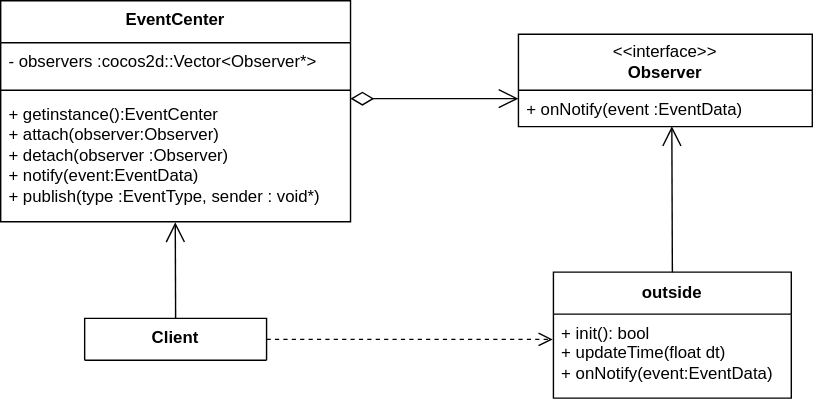
The draw.io diagram 文档/diagram/ObserverPatternUML.svg in Alian-yy/Stardew_Valley_Refactored, before a commit. Source tidied: cells renumbered, new cells last; positions are measured from the earlier drawing's top-left corner, leaving out a move shared by most shapes.
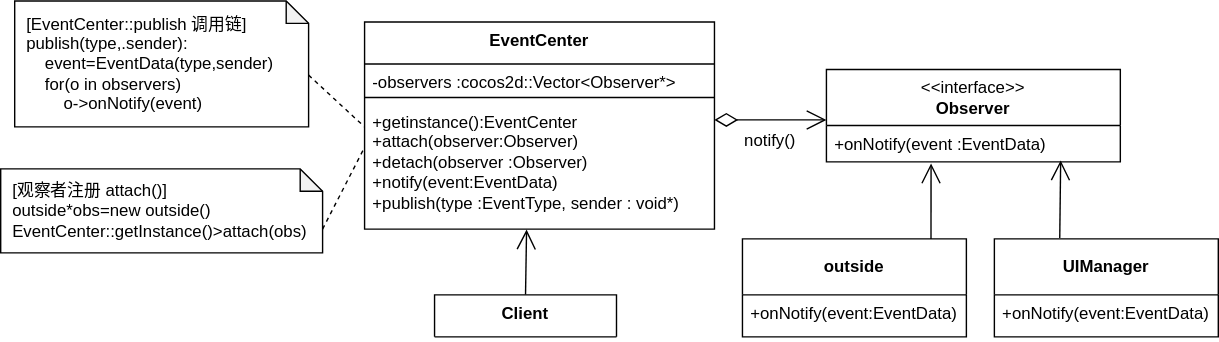
After the commit.

Commit message:
观察者模式文档及图片更新

Diff of the diagram source:
```diff
@@ -3,50 +3,73 @@
     <mxCell id="0" />
     <mxCell id="1" parent="0" />
     <mxCell id="2" value="EventCenter" style="swimlane;fontStyle=1;align=center;verticalAlign=top;horizontal=1;startSize=30;whiteSpace=wrap;html=1;" parent="1" vertex="1">
-      <mxGeometry width="250" height="158" as="geometry" />
+      <mxGeometry x="150" y="75" width="250" height="148" as="geometry" />
     </mxCell>
-    <mxCell id="3" value="- observers :cocos2d::Vector&amp;lt;Observer*&amp;gt;" style="text;strokeColor=none;fillColor=none;align=left;verticalAlign=top;spacingLeft=4;spacingRight=4;overflow=hidden;whiteSpace=wrap;html=1;" parent="2" vertex="1">
-      <mxGeometry y="30" width="250" height="30" as="geometry" />
+    <mxCell id="3" value="-observers :cocos2d::Vector&amp;lt;Observer*&amp;gt;" style="text;strokeColor=none;fillColor=none;align=left;verticalAlign=top;spacingLeft=4;spacingRight=4;overflow=hidden;whiteSpace=wrap;html=1;" parent="2" vertex="1">
+      <mxGeometry y="30" width="250" height="20" as="geometry" />
     </mxCell>
     <mxCell id="4" style="line;strokeWidth=1;fillColor=none;align=left;verticalAlign=middle;spacingTop=-1;spacingLeft=3;spacingRight=3;labelPosition=right;strokeColor=inherit;" parent="2" vertex="1">
-      <mxGeometry y="60" width="250" height="8" as="geometry" />
+      <mxGeometry y="50" width="250" height="8" as="geometry" />
     </mxCell>
-    <mxCell id="5" value="&lt;div&gt;+ getinstance():EventCenter&lt;/div&gt;&lt;div&gt;+ attach(observer:Observer)&lt;/div&gt;&lt;div&gt;+ detach(observer :Observer)&lt;/div&gt;&lt;div&gt;+ notify(event:EventData)&lt;/div&gt;&lt;div&gt;+ publish(type :EventType, sender : void*)&lt;/div&gt;" style="text;strokeColor=none;fillColor=none;align=left;verticalAlign=top;spacingLeft=4;spacingRight=4;overflow=hidden;points=[[0,0.5],[1,0.5]];portConstraint=eastwest;whiteSpace=wrap;html=1;" parent="2" vertex="1">
-      <mxGeometry y="68" width="250" height="90" as="geometry" />
+    <mxCell id="5" value="&lt;div&gt;+getinstance():EventCenter&lt;/div&gt;&lt;div&gt;+attach(observer:Observer)&lt;/div&gt;&lt;div&gt;+detach(observer :Observer)&lt;/div&gt;&lt;div&gt;+notify(event:EventData)&lt;/div&gt;&lt;div&gt;+publish(type :EventType, sender : void*)&lt;/div&gt;" style="text;strokeColor=none;fillColor=none;align=left;verticalAlign=top;spacingLeft=4;spacingRight=4;overflow=hidden;points=[[0,0.5],[1,0.5]];portConstraint=eastwest;whiteSpace=wrap;html=1;" parent="2" vertex="1">
+      <mxGeometry y="58" width="250" height="90" as="geometry" />
     </mxCell>
     <mxCell id="6" value="&amp;lt;&amp;lt;interface&amp;gt;&amp;gt;&lt;br style=&quot;border-color: var(--border-color);&quot;&gt;&lt;div&gt;&lt;div class=&quot;old-record-id-ZiajdeXCjoU0RMxnL77c6zVinrb&quot; style=&quot;&quot;&gt;&lt;b&gt;Observer &lt;/b&gt;&lt;/div&gt;&lt;/div&gt;" style="swimlane;fontStyle=0;horizontal=1;startSize=40;fillColor=none;whiteSpace=wrap;html=1;" parent="1" vertex="1">
-      <mxGeometry x="370" y="24" width="210" height="66" as="geometry" />
+      <mxGeometry x="480" y="109" width="210" height="66" as="geometry" />
     </mxCell>
-    <mxCell id="7" value="+ onNotify(event :EventData)" style="text;strokeColor=none;fillColor=none;align=left;verticalAlign=top;spacingLeft=4;spacingRight=4;overflow=hidden;points=[[0,0.5],[1,0.5]];portConstraint=eastwest;whiteSpace=wrap;html=1;" parent="6" vertex="1">
+    <mxCell id="7" value="+onNotify(event :EventData)" style="text;strokeColor=none;fillColor=none;align=left;verticalAlign=top;spacingLeft=4;spacingRight=4;overflow=hidden;points=[[0,0.5],[1,0.5]];portConstraint=eastwest;whiteSpace=wrap;html=1;" parent="6" vertex="1">
       <mxGeometry y="40" width="210" height="26" as="geometry" />
     </mxCell>
     <mxCell id="8" style="endArrow=open;html=1;endSize=12;startArrow=diamondThin;startSize=14;startFill=0;edgeStyle=orthogonalEdgeStyle;rounded=0;" parent="1" edge="1">
       <mxGeometry relative="1" as="geometry">
-        <mxPoint x="250" y="70" as="sourcePoint" />
-        <mxPoint x="370" y="70" as="targetPoint" />
+        <mxPoint x="400" y="145" as="sourcePoint" />
+        <mxPoint x="480" y="145" as="targetPoint" />
         <Array as="points">
-          <mxPoint x="280" y="70" />
-          <mxPoint x="369" y="70" />
+          <mxPoint x="430" y="145.4" />
+          <mxPoint x="430" y="145.4" />
         </Array>
       </mxGeometry>
     </mxCell>
-    <mxCell id="9" style="endArrow=open;endFill=1;endSize=12;html=1;rounded=0;exitX=0.5;exitY=0;exitDx=0;exitDy=0;entryX=0.499;entryY=1.004;entryDx=0;entryDy=0;entryPerimeter=0;" parent="1" edge="1" source="10" target="5">
+    <mxCell id="9" style="endArrow=open;endFill=1;endSize=12;html=1;rounded=0;exitX=0.5;exitY=0;exitDx=0;exitDy=0;entryX=0.463;entryY=1.004;entryDx=0;entryDy=0;entryPerimeter=0;" parent="1" edge="1" source="10" target="5">
       <mxGeometry relative="1" as="geometry" />
     </mxCell>
     <mxCell id="10" value="&lt;div&gt;&lt;div class=&quot;old-record-id-YUyEd9La6oxjD9xP3wucUYJAnhf&quot; style=&quot;&quot;&gt;Client&lt;/div&gt;&lt;/div&gt;" style="swimlane;fontStyle=1;align=center;verticalAlign=top;horizontal=1;startSize=30;whiteSpace=wrap;html=1;" parent="1" vertex="1">
-      <mxGeometry x="60" y="227" width="130" height="30" as="geometry" />
+      <mxGeometry x="200" y="270" width="130" height="30" as="geometry" />
     </mxCell>
+    <mxCell id="15" value="notify()" style="text;html=1;whiteSpace=wrap;strokeColor=none;fillColor=none;align=center;verticalAlign=middle;rounded=0;" parent="1" vertex="1">
+      <mxGeometry x="410" y="145" width="60" height="30" as="geometry" />
+    </mxCell>
-    <mxCell id="11" value="&lt;div&gt;&lt;div class=&quot;old-record-id-ZiajdeXCjoU0RMxnL77c6zVinrb&quot; style=&quot;&quot;&gt;&lt;b&gt;outside&lt;/b&gt;&lt;/div&gt;&lt;/div&gt;" style="swimlane;fontStyle=0;horizontal=1;startSize=30;fillColor=none;whiteSpace=wrap;html=1;" parent="1" vertex="1">
-      <mxGeometry x="395" y="194" width="170" height="90" as="geometry" />
+    <mxCell id="11" value="&lt;div&gt;&lt;div class=&quot;old-record-id-ZiajdeXCjoU0RMxnL77c6zVinrb&quot; style=&quot;&quot;&gt;&lt;b&gt;outside&lt;/b&gt;&lt;/div&gt;&lt;/div&gt;" style="swimlane;fontStyle=0;horizontal=1;startSize=40;fillColor=none;whiteSpace=wrap;html=1;" parent="1" vertex="1">
+      <mxGeometry x="420" y="230" width="160" height="70" as="geometry" />
     </mxCell>
-    <mxCell id="12" value="&lt;div&gt;+ init(): bool&lt;/div&gt;&lt;div&gt;+ updateTime(float dt)&lt;/div&gt;&lt;div&gt;+ onNotify(event:EventData)&lt;/div&gt;" style="text;strokeColor=none;fillColor=none;align=left;verticalAlign=top;spacingLeft=4;spacingRight=4;overflow=hidden;points=[[0,0.5],[1,0.5]];portConstraint=eastwest;whiteSpace=wrap;html=1;" parent="11" vertex="1">
-      <mxGeometry y="30" width="170" height="60" as="geometry" />
+    <mxCell id="12" value="&lt;div&gt;&lt;span style=&quot;background-color: transparent; color: light-dark(rgb(0, 0, 0), rgb(255, 255, 255));&quot;&gt;+onNotify(event:EventData)&lt;/span&gt;&lt;/div&gt;" style="text;strokeColor=none;fillColor=none;align=left;verticalAlign=top;spacingLeft=4;spacingRight=4;overflow=hidden;points=[[0,0.5],[1,0.5]];portConstraint=eastwest;whiteSpace=wrap;html=1;" parent="11" vertex="1">
+      <mxGeometry y="40" width="160" height="30" as="geometry" />
     </mxCell>
-    <mxCell id="13" style="endArrow=open;endFill=1;endSize=12;html=1;rounded=0;exitX=0.5;exitY=0;exitDx=0;exitDy=0;entryX=0.522;entryY=0.99;entryDx=0;entryDy=0;entryPerimeter=0;" parent="1" edge="1" source="11" target="7">
+    <mxCell id="13" style="endArrow=open;endFill=1;endSize=12;html=1;rounded=0;exitX=0.842;exitY=0;exitDx=0;exitDy=0;entryX=0.356;entryY=1.043;entryDx=0;entryDy=0;entryPerimeter=0;exitPerimeter=0;" parent="1" edge="1" source="11" target="7">
       <mxGeometry relative="1" as="geometry" />
     </mxCell>
-    <mxCell id="14" style="html=1;verticalAlign=bottom;endArrow=open;dashed=1;endSize=8;curved=0;rounded=0;exitX=1;exitY=0.5;exitDx=0;exitDy=0;entryX=-0.003;entryY=0.301;entryDx=0;entryDy=0;entryPerimeter=0;" parent="1" edge="1" source="10" target="12">
-      <mxGeometry relative="1" as="geometry" />
-    </mxCell>
+    <mxCell id="16" value="&lt;span style=&quot;background-color: transparent; color: light-dark(rgb(0, 0, 0), rgb(255, 255, 255));&quot;&gt;&amp;nbsp; [EventCenter::publish 调用链]&lt;/span&gt;&lt;br&gt;&lt;span style=&quot;background-color: transparent; color: light-dark(rgb(0, 0, 0), rgb(255, 255, 255));&quot;&gt;&amp;nbsp; publish(type,.sender):&lt;/span&gt;&lt;br&gt;&lt;span style=&quot;background-color: transparent; color: light-dark(rgb(0, 0, 0), rgb(255, 255, 255));&quot;&gt;&amp;nbsp; &amp;nbsp; &amp;nbsp; event=EventData(type,sender)&lt;/span&gt;&lt;br&gt;&lt;span style=&quot;background-color: transparent; color: light-dark(rgb(0, 0, 0), rgb(255, 255, 255));&quot;&gt;&amp;nbsp; &amp;nbsp; &amp;nbsp; for(o in observers)&lt;/span&gt;&lt;br&gt;&lt;div style=&quot;&quot;&gt;&amp;nbsp; &amp;nbsp; &amp;nbsp; &amp;nbsp; &amp;nbsp; o-&amp;gt;onNotify(event)&lt;/div&gt;" style="shape=note;whiteSpace=wrap;html=1;backgroundOutline=1;darkOpacity=0.05;size=16;align=left;" parent="1" vertex="1">
+      <mxGeometry x="-100" y="60" width="210" height="90" as="geometry" />
+    </mxCell>
+    <mxCell id="17" value="&amp;nbsp; [观察者注册 attach()]&lt;div&gt;&amp;nbsp; outside*obs=new outside()&lt;/div&gt;&lt;div&gt;&amp;nbsp; EventCenter::getInstance()&amp;gt;attach(obs)&lt;/div&gt;" style="shape=note;whiteSpace=wrap;html=1;backgroundOutline=1;darkOpacity=0.05;size=16;align=left;" parent="1" vertex="1">
+      <mxGeometry x="-110" y="180" width="230" height="60" as="geometry" />
+    </mxCell>
+    <mxCell id="18" style="endArrow=none;endFill=0;endSize=12;html=1;rounded=0;exitX=0;exitY=0;exitDx=210;exitDy=53;exitPerimeter=0;dashed=1;" parent="1" edge="1" source="16">
+      <mxGeometry relative="1" as="geometry">
+        <mxPoint x="150" y="150" as="targetPoint" />
+      </mxGeometry>
+    </mxCell>
+    <mxCell id="19" style="endArrow=none;endFill=0;endSize=12;html=1;rounded=0;exitX=0;exitY=0;exitDx=230;exitDy=43;exitPerimeter=0;entryX=-0.001;entryY=0.356;entryDx=0;entryDy=0;entryPerimeter=0;dashed=1;" parent="1" edge="1" source="17" target="5">
+      <mxGeometry relative="1" as="geometry" />
+    </mxCell>
+    <mxCell id="20" value="&lt;div&gt;&lt;div class=&quot;old-record-id-ZiajdeXCjoU0RMxnL77c6zVinrb&quot; style=&quot;&quot;&gt;&lt;b&gt;UIManager&lt;/b&gt;&lt;/div&gt;&lt;/div&gt;" style="swimlane;fontStyle=0;horizontal=1;startSize=40;fillColor=none;whiteSpace=wrap;html=1;" parent="1" vertex="1">
+      <mxGeometry x="600" y="230" width="160" height="70" as="geometry" />
+    </mxCell>
+    <mxCell id="21" value="&lt;div&gt;&lt;span style=&quot;background-color: transparent; color: light-dark(rgb(0, 0, 0), rgb(255, 255, 255));&quot;&gt;+onNotify(event:EventData)&lt;/span&gt;&lt;/div&gt;" style="text;strokeColor=none;fillColor=none;align=left;verticalAlign=top;spacingLeft=4;spacingRight=4;overflow=hidden;whiteSpace=wrap;html=1;" parent="20" vertex="1">
+      <mxGeometry y="40" width="160" height="30" as="geometry" />
+    </mxCell>
+    <mxCell id="22" style="endArrow=open;endFill=1;endSize=12;html=1;rounded=0;exitX=0.292;exitY=-0.008;exitDx=0;exitDy=0;entryX=0.797;entryY=0.959;entryDx=0;entryDy=0;entryPerimeter=0;exitPerimeter=0;" parent="1" edge="1" source="20" target="7">
+      <mxGeometry relative="1" as="geometry" />
+    </mxCell>
   </root>
 </mxGraphModel>
```
